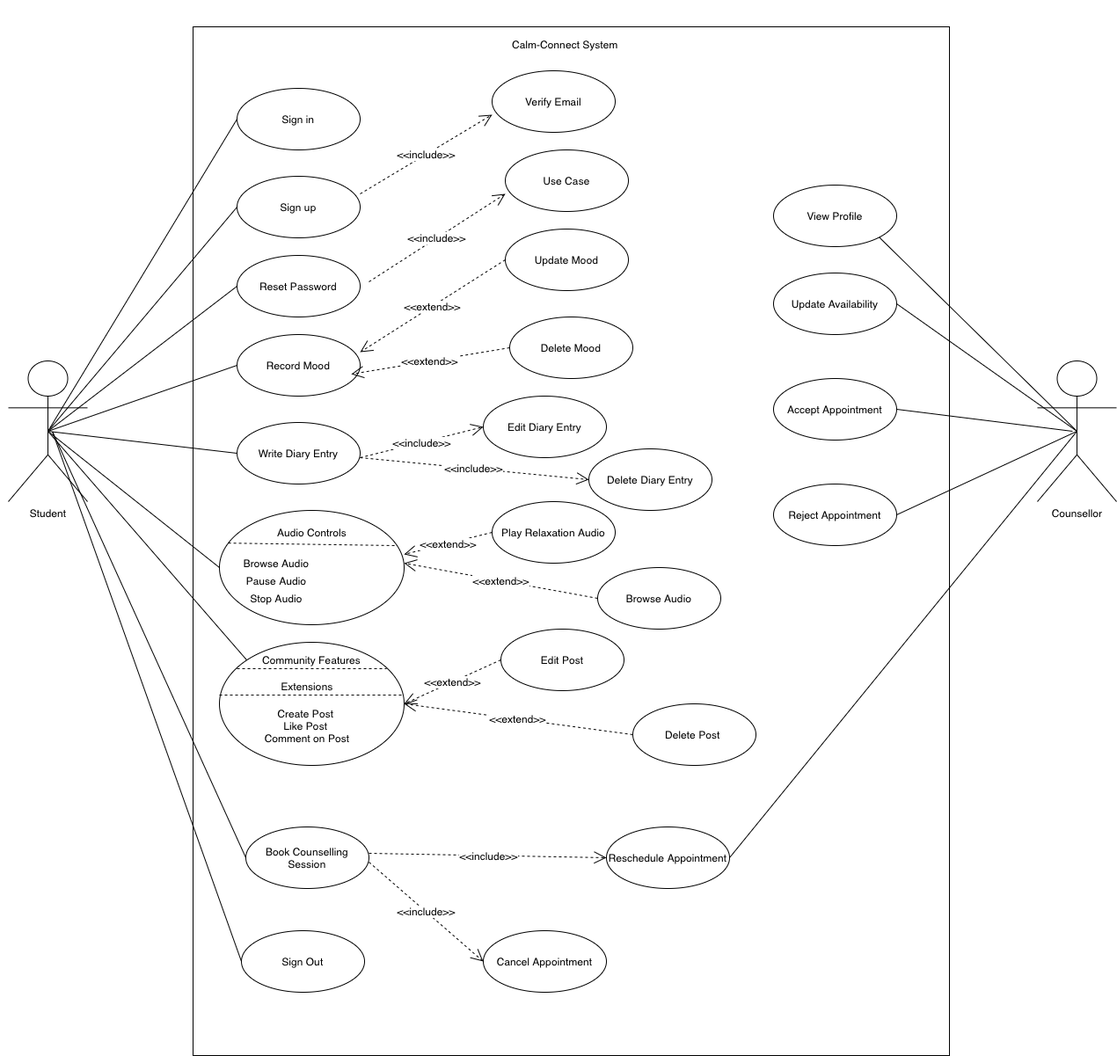
Before: Untitled Diagram.drawio.png, a diagram exported from draw.io (laisaramisa-purr/psychic-fishstick). Source tidied: cells renumbered, new cells last; positions are measured from the earlier drawing's top-left corner, leaving out a move shared by most shapes. The source it was exported from:
```xml
<mxGraphModel>
  <root>
    <mxCell id="0" />
    <mxCell id="1" parent="0" />
    <mxCell id="2" style="rounded=0;whiteSpace=wrap;html=1;" parent="1" vertex="1">
      <mxGeometry x="210" y="30" width="860" height="1170" as="geometry" />
    </mxCell>
    <mxCell id="3" value="Student" style="shape=umlActor;verticalLabelPosition=bottom;verticalAlign=top;html=1;" parent="1" vertex="1">
      <mxGeometry y="410" width="90" height="160" as="geometry" />
    </mxCell>
    <mxCell id="4" value="Counsellor" style="shape=umlActor;verticalLabelPosition=bottom;verticalAlign=top;html=1;" parent="1" vertex="1">
      <mxGeometry x="1170" y="410" width="90" height="160" as="geometry" />
    </mxCell>
    <mxCell id="5" value="&lt;div&gt;Sign up&lt;/div&gt;" style="ellipse;whiteSpace=wrap;html=1;" parent="1" vertex="1">
      <mxGeometry x="260" y="200" width="140" height="70" as="geometry" />
    </mxCell>
    <mxCell id="6" value="Sign in" style="ellipse;whiteSpace=wrap;html=1;" parent="1" vertex="1">
      <mxGeometry x="260" y="100" width="140" height="70" as="geometry" />
    </mxCell>
    <mxCell id="7" value="Delete Mood" style="ellipse;whiteSpace=wrap;html=1;" parent="1" vertex="1">
      <mxGeometry x="570" y="360" width="140" height="70" as="geometry" />
    </mxCell>
    <mxCell id="8" value="Edit Diary Entry" style="ellipse;whiteSpace=wrap;html=1;" parent="1" vertex="1">
      <mxGeometry x="540" y="450" width="140" height="70" as="geometry" />
    </mxCell>
    <mxCell id="9" value="Delete Diary Entry" style="ellipse;whiteSpace=wrap;html=1;" parent="1" vertex="1">
      <mxGeometry x="660" y="510" width="140" height="70" as="geometry" />
    </mxCell>
    <mxCell id="10" value="Record Mood" style="ellipse;whiteSpace=wrap;html=1;" parent="1" vertex="1">
      <mxGeometry x="260" y="380" width="140" height="70" as="geometry" />
    </mxCell>
    <mxCell id="11" value="Update Mood" style="ellipse;whiteSpace=wrap;html=1;" parent="1" vertex="1">
      <mxGeometry x="565" y="260" width="140" height="70" as="geometry" />
    </mxCell>
    <mxCell id="12" value="Verify Email" style="ellipse;whiteSpace=wrap;html=1;" parent="1" vertex="1">
      <mxGeometry x="550" y="80" width="140" height="70" as="geometry" />
    </mxCell>
    <mxCell id="13" value="Write Diary Entry" style="ellipse;whiteSpace=wrap;html=1;" parent="1" vertex="1">
      <mxGeometry x="260" y="480" width="140" height="70" as="geometry" />
    </mxCell>
    <mxCell id="14" value="Sign Out" style="ellipse;whiteSpace=wrap;html=1;" parent="1" vertex="1">
      <mxGeometry x="265" y="1058" width="140" height="70" as="geometry" />
    </mxCell>
    <mxCell id="15" value="Reset Password" style="ellipse;whiteSpace=wrap;html=1;" parent="1" vertex="1">
      <mxGeometry x="260" y="290" width="140" height="70" as="geometry" />
    </mxCell>
    <mxCell id="16" style="edgeStyle=none;curved=1;rounded=0;orthogonalLoop=1;jettySize=auto;html=1;entryX=0;entryY=0.3333333333333333;entryDx=0;entryDy=0;entryPerimeter=0;fontSize=12;startSize=8;endSize=8;" parent="1" edge="1" source="3" target="3">
      <mxGeometry relative="1" as="geometry" />
    </mxCell>
    <mxCell id="17" value="Calm-Connect System&amp;nbsp;" style="text;html=1;whiteSpace=wrap;strokeColor=none;fillColor=none;align=center;verticalAlign=middle;rounded=0;" parent="1" vertex="1">
      <mxGeometry x="540" width="190" height="100" as="geometry" />
    </mxCell>
    <mxCell id="18" value="Cancel Appointment" style="ellipse;whiteSpace=wrap;html=1;" parent="1" vertex="1">
      <mxGeometry x="540" y="1058" width="140" height="70" as="geometry" />
    </mxCell>
    <mxCell id="19" value="View Profile" style="ellipse;whiteSpace=wrap;html=1;" parent="1" vertex="1">
      <mxGeometry x="870" y="210" width="140" height="70" as="geometry" />
    </mxCell>
    <mxCell id="20" value="Book Counselling Session" style="ellipse;whiteSpace=wrap;html=1;" parent="1" vertex="1">
      <mxGeometry x="270" y="940" width="140" height="70" as="geometry" />
    </mxCell>
    <mxCell id="21" value="Browse Audio" style="ellipse;whiteSpace=wrap;html=1;" parent="1" vertex="1">
      <mxGeometry x="670" y="645" width="140" height="70" as="geometry" />
    </mxCell>
    <mxCell id="22" value="Play Relaxation Audio" style="ellipse;whiteSpace=wrap;html=1;" parent="1" vertex="1">
      <mxGeometry x="550" y="570" width="140" height="70" as="geometry" />
    </mxCell>
    <mxCell id="23" value="Reschedule Appointment" style="ellipse;whiteSpace=wrap;html=1;" parent="1" vertex="1">
      <mxGeometry x="680" y="940" width="140" height="70" as="geometry" />
    </mxCell>
    <mxCell id="24" value="Edit Post" style="ellipse;whiteSpace=wrap;html=1;" parent="1" vertex="1">
      <mxGeometry x="560" y="715" width="140" height="70" as="geometry" />
    </mxCell>
    <mxCell id="25" value="Accept Appointment" style="ellipse;whiteSpace=wrap;html=1;" parent="1" vertex="1">
      <mxGeometry x="870" y="430" width="140" height="70" as="geometry" />
    </mxCell>
    <mxCell id="26" value="Reject Appointment" style="ellipse;whiteSpace=wrap;html=1;" parent="1" vertex="1">
      <mxGeometry x="870" y="550" width="140" height="70" as="geometry" />
    </mxCell>
    <mxCell id="27" value="Update Availability" style="ellipse;whiteSpace=wrap;html=1;" parent="1" vertex="1">
      <mxGeometry x="870" y="310" width="140" height="70" as="geometry" />
    </mxCell>
    <mxCell id="28" value="Delete Post&amp;nbsp;" style="ellipse;whiteSpace=wrap;html=1;" parent="1" vertex="1">
      <mxGeometry x="710" y="800" width="140" height="70" as="geometry" />
    </mxCell>
    <mxCell id="29" style="ellipse;whiteSpace=wrap;html=1;" parent="1" vertex="1">
      <mxGeometry x="240" y="580" width="210" height="130" as="geometry" />
    </mxCell>
    <mxCell id="30" value="Audio Controls" style="text;html=1;whiteSpace=wrap;strokeColor=none;fillColor=none;align=center;verticalAlign=middle;rounded=0;" parent="1" vertex="1">
      <mxGeometry x="292.5" y="590" width="105" height="30" as="geometry" />
    </mxCell>
    <mxCell id="31" style="endArrow=none;dashed=1;html=1;rounded=0;fontSize=12;startSize=8;endSize=8;curved=1;exitX=0.048;exitY=0.286;exitDx=0;exitDy=0;exitPerimeter=0;" parent="1" edge="1" source="29">
      <mxGeometry relative="1" as="geometry">
        <mxPoint x="440" y="620" as="targetPoint" />
      </mxGeometry>
    </mxCell>
    <mxCell id="32" value="Browse Audio" style="text;html=1;whiteSpace=wrap;strokeColor=none;fillColor=none;align=center;verticalAlign=middle;rounded=0;" parent="1" vertex="1">
      <mxGeometry x="260" y="630" width="90" height="20" as="geometry" />
    </mxCell>
    <mxCell id="33" value="Pause Audio" style="text;html=1;whiteSpace=wrap;strokeColor=none;fillColor=none;align=center;verticalAlign=middle;rounded=0;" parent="1" vertex="1">
      <mxGeometry x="260" y="650" width="90" height="20" as="geometry" />
    </mxCell>
    <mxCell id="34" value="Stop Audio" style="text;html=1;whiteSpace=wrap;strokeColor=none;fillColor=none;align=center;verticalAlign=middle;rounded=0;" parent="1" vertex="1">
      <mxGeometry x="260" y="670" width="90" height="20" as="geometry" />
    </mxCell>
    <mxCell id="35" style="ellipse;whiteSpace=wrap;html=1;" parent="1" vertex="1">
      <mxGeometry x="240" y="730" width="210" height="140" as="geometry" />
    </mxCell>
    <mxCell id="36" value="Community Features" style="text;html=1;whiteSpace=wrap;strokeColor=none;fillColor=none;align=center;verticalAlign=middle;rounded=0;" parent="1" vertex="1">
      <mxGeometry x="285" y="730" width="120" height="40" as="geometry" />
    </mxCell>
    <mxCell id="37" value="Extensions" style="text;html=1;whiteSpace=wrap;strokeColor=none;fillColor=none;align=center;verticalAlign=middle;rounded=0;" parent="1" vertex="1">
      <mxGeometry x="285" y="760" width="110" height="40" as="geometry" />
    </mxCell>
    <mxCell id="38" value="Create Post&amp;nbsp;&lt;div&gt;Like Post&amp;nbsp;&lt;/div&gt;&lt;div&gt;Comment on Post&lt;/div&gt;" style="text;html=1;whiteSpace=wrap;strokeColor=none;fillColor=none;align=center;verticalAlign=middle;rounded=0;" parent="1" vertex="1">
      <mxGeometry x="240" y="790" width="200" height="70" as="geometry" />
    </mxCell>
    <mxCell id="39" style="endArrow=none;dashed=1;html=1;rounded=0;fontSize=12;startSize=8;endSize=8;curved=1;" parent="1" edge="1">
      <mxGeometry relative="1" as="geometry">
        <mxPoint x="260" y="760" as="sourcePoint" />
        <mxPoint x="430" y="760" as="targetPoint" />
      </mxGeometry>
    </mxCell>
    <mxCell id="40" style="endArrow=none;dashed=1;html=1;rounded=0;fontSize=12;startSize=8;endSize=8;curved=1;" parent="1" edge="1">
      <mxGeometry relative="1" as="geometry">
        <mxPoint x="240" y="790" as="sourcePoint" />
        <mxPoint x="450" y="790" as="targetPoint" />
      </mxGeometry>
    </mxCell>
    <mxCell id="41" style="endArrow=none;html=1;rounded=0;fontSize=12;startSize=8;endSize=8;curved=1;exitX=0.5;exitY=0.5;exitDx=0;exitDy=0;exitPerimeter=0;entryX=0;entryY=0.5;entryDx=0;entryDy=0;" parent="1" edge="1" source="3" target="6">
      <mxGeometry relative="1" as="geometry" />
    </mxCell>
    <mxCell id="42" style="endArrow=none;html=1;rounded=0;fontSize=12;startSize=8;endSize=8;curved=1;exitX=0.5;exitY=0.5;exitDx=0;exitDy=0;exitPerimeter=0;entryX=0;entryY=0.5;entryDx=0;entryDy=0;" parent="1" edge="1" source="3" target="5">
      <mxGeometry relative="1" as="geometry" />
    </mxCell>
    <mxCell id="43" style="endArrow=none;html=1;rounded=0;fontSize=12;startSize=8;endSize=8;curved=1;exitX=0.5;exitY=0.5;exitDx=0;exitDy=0;exitPerimeter=0;entryX=0;entryY=0.5;entryDx=0;entryDy=0;" parent="1" edge="1" source="3" target="15">
      <mxGeometry relative="1" as="geometry" />
    </mxCell>
    <mxCell id="44" style="endArrow=none;html=1;rounded=0;fontSize=12;startSize=8;endSize=8;curved=1;exitX=0.5;exitY=0.5;exitDx=0;exitDy=0;exitPerimeter=0;entryX=0;entryY=0.5;entryDx=0;entryDy=0;" parent="1" edge="1" source="3" target="10">
      <mxGeometry relative="1" as="geometry" />
    </mxCell>
    <mxCell id="45" style="endArrow=none;html=1;rounded=0;fontSize=12;startSize=8;endSize=8;curved=1;exitX=0.5;exitY=0.5;exitDx=0;exitDy=0;exitPerimeter=0;entryX=0;entryY=0.5;entryDx=0;entryDy=0;" parent="1" edge="1" source="3" target="13">
      <mxGeometry relative="1" as="geometry" />
    </mxCell>
    <mxCell id="46" style="endArrow=none;html=1;rounded=0;fontSize=12;startSize=8;endSize=8;curved=1;exitX=0.5;exitY=0.5;exitDx=0;exitDy=0;exitPerimeter=0;entryX=0;entryY=0.5;entryDx=0;entryDy=0;" parent="1" edge="1" source="3" target="29">
      <mxGeometry relative="1" as="geometry" />
    </mxCell>
    <mxCell id="47" style="endArrow=none;html=1;rounded=0;fontSize=12;startSize=8;endSize=8;curved=1;exitX=0.5;exitY=0.5;exitDx=0;exitDy=0;exitPerimeter=0;entryX=0;entryY=0;entryDx=0;entryDy=0;" parent="1" edge="1" source="3" target="35">
      <mxGeometry relative="1" as="geometry" />
    </mxCell>
    <mxCell id="48" style="endArrow=none;html=1;rounded=0;fontSize=12;startSize=8;endSize=8;curved=1;entryX=0;entryY=0.5;entryDx=0;entryDy=0;" parent="1" edge="1" target="20">
      <mxGeometry relative="1" as="geometry">
        <mxPoint x="50" y="490" as="sourcePoint" />
      </mxGeometry>
    </mxCell>
    <mxCell id="49" style="endArrow=none;html=1;rounded=0;fontSize=12;startSize=8;endSize=8;curved=1;entryX=0;entryY=0.5;entryDx=0;entryDy=0;" parent="1" edge="1" target="14">
      <mxGeometry relative="1" as="geometry">
        <mxPoint x="50" y="490" as="sourcePoint" />
      </mxGeometry>
    </mxCell>
    <mxCell id="50" style="endArrow=none;html=1;rounded=0;fontSize=12;startSize=8;endSize=8;curved=1;entryX=0.5;entryY=0.5;entryDx=0;entryDy=0;entryPerimeter=0;exitX=1;exitY=1;exitDx=0;exitDy=0;" parent="1" edge="1" source="19" target="4">
      <mxGeometry relative="1" as="geometry" />
    </mxCell>
    <mxCell id="51" style="endArrow=none;html=1;rounded=0;fontSize=12;startSize=8;endSize=8;curved=1;entryX=0.5;entryY=0.5;entryDx=0;entryDy=0;entryPerimeter=0;exitX=1;exitY=0.5;exitDx=0;exitDy=0;" parent="1" edge="1" source="27" target="4">
      <mxGeometry relative="1" as="geometry" />
    </mxCell>
    <mxCell id="52" style="endArrow=none;html=1;rounded=0;fontSize=12;startSize=8;endSize=8;curved=1;exitX=1;exitY=0.5;exitDx=0;exitDy=0;" parent="1" edge="1" source="25">
      <mxGeometry relative="1" as="geometry">
        <mxPoint x="1210" y="490" as="targetPoint" />
      </mxGeometry>
    </mxCell>
    <mxCell id="53" style="endArrow=none;html=1;rounded=0;fontSize=12;startSize=8;endSize=8;curved=1;entryX=0.5;entryY=0.5;entryDx=0;entryDy=0;entryPerimeter=0;exitX=1;exitY=0.5;exitDx=0;exitDy=0;" parent="1" edge="1" source="26" target="4">
      <mxGeometry relative="1" as="geometry" />
    </mxCell>
    <mxCell id="54" value="Use Case" style="ellipse;whiteSpace=wrap;html=1;" parent="1" vertex="1">
      <mxGeometry x="565" y="170" width="140" height="70" as="geometry" />
    </mxCell>
    <mxCell id="55" value="&amp;lt;&amp;lt;extend&amp;gt;&amp;gt;" style="endArrow=open;endSize=12;dashed=1;html=1;rounded=0;fontSize=12;curved=1;exitX=0;exitY=0.5;exitDx=0;exitDy=0;" parent="1" edge="1" source="7">
      <mxGeometry relative="1" as="geometry">
        <mxPoint x="390" y="425" as="targetPoint" />
      </mxGeometry>
    </mxCell>
    <mxCell id="56" value="&amp;lt;&amp;lt;extend&amp;gt;&amp;gt;" style="endArrow=open;endSize=12;dashed=1;html=1;rounded=0;fontSize=12;curved=1;exitX=0;exitY=0.5;exitDx=0;exitDy=0;" parent="1" edge="1" source="11">
      <mxGeometry relative="1" as="geometry">
        <mxPoint x="400" y="400" as="targetPoint" />
      </mxGeometry>
    </mxCell>
    <mxCell id="57" value="&amp;lt;&amp;lt;include&amp;gt;&amp;gt;" style="endArrow=open;endSize=12;dashed=1;html=1;rounded=0;fontSize=12;curved=1;entryX=0;entryY=0.714;entryDx=0;entryDy=0;entryPerimeter=0;" parent="1" edge="1" target="12">
      <mxGeometry relative="1" as="geometry">
        <mxPoint x="400" y="220" as="sourcePoint" />
      </mxGeometry>
    </mxCell>
    <mxCell id="58" value="&amp;lt;&amp;lt;include&amp;gt;&amp;gt;" style="endArrow=open;endSize=12;dashed=1;html=1;rounded=0;fontSize=12;curved=1;entryX=0;entryY=0.714;entryDx=0;entryDy=0;entryPerimeter=0;" parent="1" edge="1" target="54">
      <mxGeometry relative="1" as="geometry">
        <mxPoint x="410" y="320" as="sourcePoint" />
      </mxGeometry>
    </mxCell>
    <mxCell id="59" value="&amp;lt;&amp;lt;include&amp;gt;&amp;gt;" style="endArrow=open;endSize=12;dashed=1;html=1;rounded=0;fontSize=12;curved=1;entryX=0;entryY=0.5;entryDx=0;entryDy=0;" parent="1" edge="1" target="8">
      <mxGeometry relative="1" as="geometry">
        <mxPoint x="400" y="520" as="sourcePoint" />
      </mxGeometry>
    </mxCell>
    <mxCell id="60" value="&amp;lt;&amp;lt;include&amp;gt;&amp;gt;" style="endArrow=open;endSize=12;dashed=1;html=1;rounded=0;fontSize=12;curved=1;entryX=0;entryY=0.5;entryDx=0;entryDy=0;" parent="1" edge="1" target="9">
      <mxGeometry relative="1" as="geometry">
        <mxPoint x="400" y="520" as="sourcePoint" />
      </mxGeometry>
    </mxCell>
    <mxCell id="61" value="&amp;lt;&amp;lt;extend&amp;gt;&amp;gt;" style="endArrow=open;endSize=12;dashed=1;html=1;rounded=0;fontSize=12;curved=1;exitX=0;exitY=0.5;exitDx=0;exitDy=0;" parent="1" edge="1" source="21">
      <mxGeometry relative="1" as="geometry">
        <mxPoint x="450" y="640" as="targetPoint" />
      </mxGeometry>
    </mxCell>
    <mxCell id="62" value="&amp;lt;&amp;lt;extend&amp;gt;&amp;gt;" style="endArrow=open;endSize=12;dashed=1;html=1;rounded=0;fontSize=12;curved=1;entryX=1;entryY=0.5;entryDx=0;entryDy=0;exitX=0;exitY=0.5;exitDx=0;exitDy=0;" parent="1" edge="1" source="24" target="35">
      <mxGeometry relative="1" as="geometry" />
    </mxCell>
    <mxCell id="63" value="&amp;lt;&amp;lt;extend&amp;gt;&amp;gt;" style="endArrow=open;endSize=12;dashed=1;html=1;rounded=0;fontSize=12;curved=1;entryX=1;entryY=0.5;entryDx=0;entryDy=0;exitX=0;exitY=0.5;exitDx=0;exitDy=0;" parent="1" edge="1" source="28" target="35">
      <mxGeometry relative="1" as="geometry" />
    </mxCell>
    <mxCell id="64" value="&amp;lt;&amp;lt;extend&amp;gt;&amp;gt;" style="endArrow=open;endSize=12;dashed=1;html=1;rounded=0;fontSize=12;curved=1;exitX=0;exitY=0.5;exitDx=0;exitDy=0;" parent="1" edge="1" source="22">
      <mxGeometry relative="1" as="geometry">
        <mxPoint x="450" y="630" as="targetPoint" />
      </mxGeometry>
    </mxCell>
    <mxCell id="65" value="&amp;lt;&amp;lt;include&amp;gt;&amp;gt;" style="endArrow=open;endSize=12;dashed=1;html=1;rounded=0;fontSize=12;curved=1;entryX=0;entryY=0.5;entryDx=0;entryDy=0;" parent="1" edge="1" target="18">
      <mxGeometry relative="1" as="geometry">
        <mxPoint x="410" y="980" as="sourcePoint" />
      </mxGeometry>
    </mxCell>
    <mxCell id="66" value="&amp;lt;&amp;lt;include&amp;gt;&amp;gt;" style="endArrow=open;endSize=12;dashed=1;html=1;rounded=0;fontSize=12;curved=1;entryX=0;entryY=0.5;entryDx=0;entryDy=0;" parent="1" edge="1" target="23">
      <mxGeometry relative="1" as="geometry">
        <mxPoint x="410" y="970" as="sourcePoint" />
      </mxGeometry>
    </mxCell>
    <mxCell id="67" style="endArrow=none;html=1;rounded=0;fontSize=12;startSize=8;endSize=8;curved=1;entryX=0.5;entryY=0.5;entryDx=0;entryDy=0;entryPerimeter=0;exitX=1;exitY=0.5;exitDx=0;exitDy=0;" parent="1" edge="1" source="23" target="4">
      <mxGeometry relative="1" as="geometry" />
    </mxCell>
  </root>
</mxGraphModel>
```
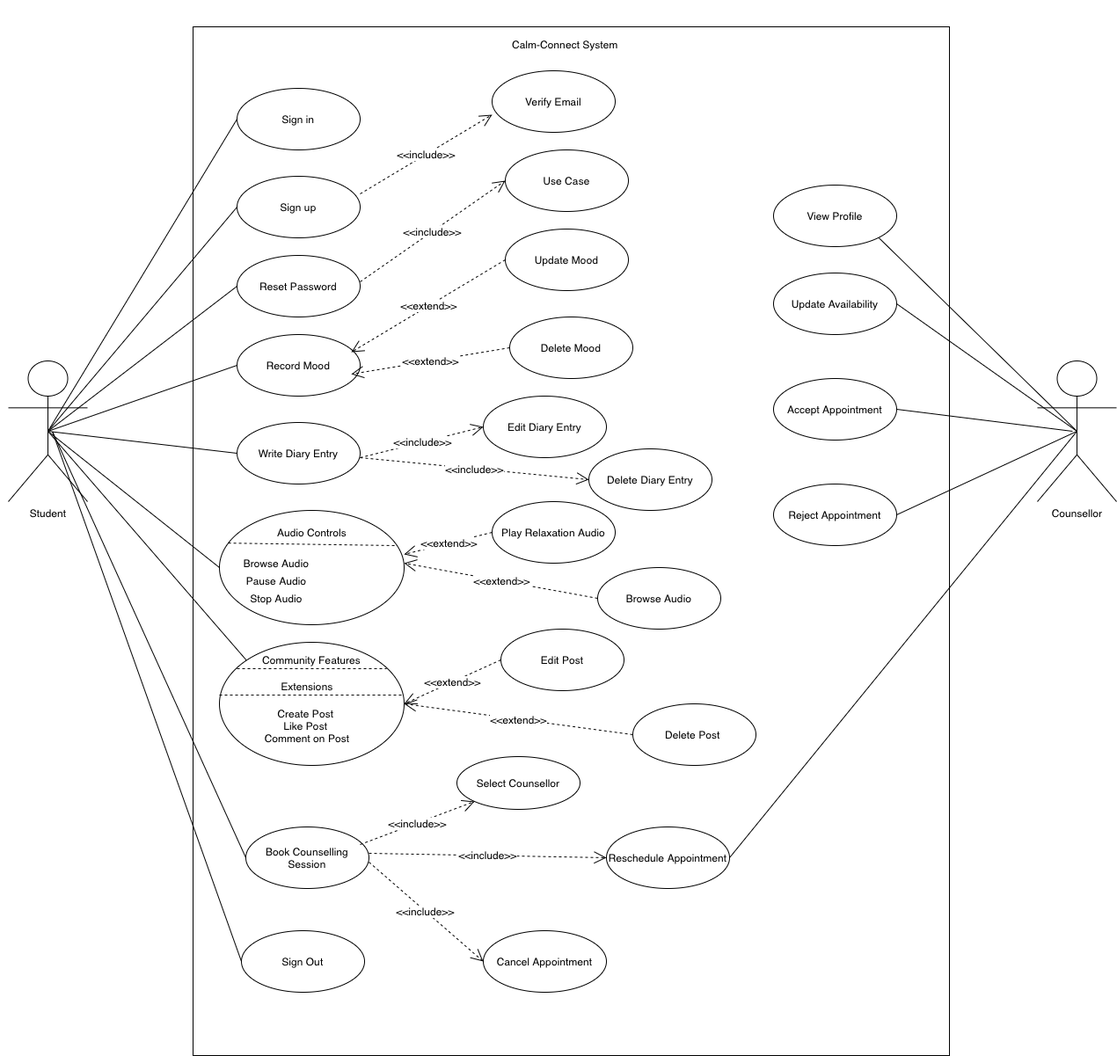
After the change.

Commit message:
use case diagram

What changed in the source:
```diff
@@ -182,7 +182,7 @@
     </mxCell>
     <mxCell id="56" value="&amp;lt;&amp;lt;extend&amp;gt;&amp;gt;" style="endArrow=open;endSize=12;dashed=1;html=1;rounded=0;fontSize=12;curved=1;exitX=0;exitY=0.5;exitDx=0;exitDy=0;" parent="1" edge="1" source="11">
       <mxGeometry relative="1" as="geometry">
-        <mxPoint x="400" y="400" as="targetPoint" />
+        <mxPoint x="390" y="400" as="targetPoint" />
       </mxGeometry>
     </mxCell>
     <mxCell id="57" value="&amp;lt;&amp;lt;include&amp;gt;&amp;gt;" style="endArrow=open;endSize=12;dashed=1;html=1;rounded=0;fontSize=12;curved=1;entryX=0;entryY=0.714;entryDx=0;entryDy=0;entryPerimeter=0;" parent="1" edge="1" target="12">
@@ -190,9 +190,9 @@
         <mxPoint x="400" y="220" as="sourcePoint" />
       </mxGeometry>
     </mxCell>
-    <mxCell id="58" value="&amp;lt;&amp;lt;include&amp;gt;&amp;gt;" style="endArrow=open;endSize=12;dashed=1;html=1;rounded=0;fontSize=12;curved=1;entryX=0;entryY=0.714;entryDx=0;entryDy=0;entryPerimeter=0;" parent="1" edge="1" target="54">
+    <mxCell id="58" value="&amp;lt;&amp;lt;include&amp;gt;&amp;gt;" style="endArrow=open;endSize=12;dashed=1;html=1;rounded=0;fontSize=12;curved=1;entryX=0;entryY=0.5;entryDx=0;entryDy=0;" parent="1" edge="1" target="54">
       <mxGeometry relative="1" as="geometry">
-        <mxPoint x="410" y="320" as="sourcePoint" />
+        <mxPoint x="400" y="320" as="sourcePoint" />
       </mxGeometry>
     </mxCell>
     <mxCell id="59" value="&amp;lt;&amp;lt;include&amp;gt;&amp;gt;" style="endArrow=open;endSize=12;dashed=1;html=1;rounded=0;fontSize=12;curved=1;entryX=0;entryY=0.5;entryDx=0;entryDy=0;" parent="1" edge="1" target="8">
@@ -234,5 +234,13 @@
     <mxCell id="67" style="endArrow=none;html=1;rounded=0;fontSize=12;startSize=8;endSize=8;curved=1;entryX=0.5;entryY=0.5;entryDx=0;entryDy=0;entryPerimeter=0;exitX=1;exitY=0.5;exitDx=0;exitDy=0;" parent="1" edge="1" source="23" target="4">
       <mxGeometry relative="1" as="geometry" />
     </mxCell>
+    <mxCell id="68" value="Select Counsellor" style="ellipse;whiteSpace=wrap;html=1;" parent="1" vertex="1">
+      <mxGeometry x="510" y="860" width="140" height="60" as="geometry" />
+    </mxCell>
+    <mxCell id="69" value="&amp;lt;&amp;lt;include&amp;gt;&amp;gt;" style="endArrow=open;endSize=12;dashed=1;html=1;rounded=0;fontSize=12;curved=1;entryX=0;entryY=1;entryDx=0;entryDy=0;" parent="1" edge="1" target="68">
+      <mxGeometry relative="1" as="geometry">
+        <mxPoint x="400" y="960" as="sourcePoint" />
+      </mxGeometry>
+    </mxCell>
   </root>
 </mxGraphModel>
```
